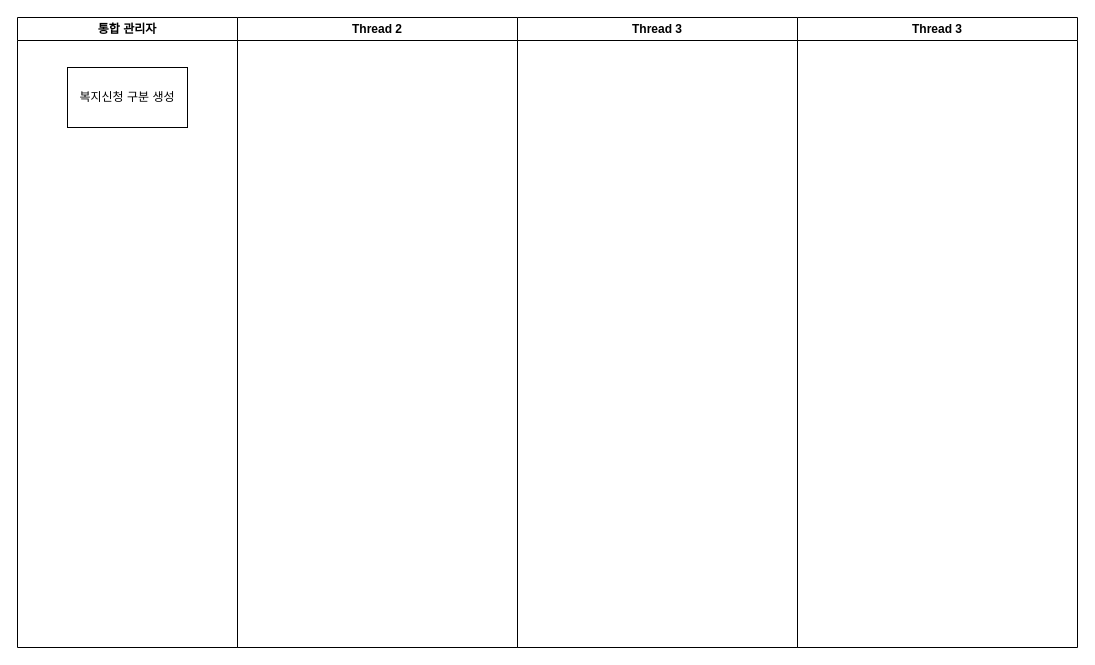
Earlier version of the draw.io diagram 맞춤형복지점수.drawio (calmmind77/boxing). Source tidied: cells renumbered, new cells numbered last; positions are measured from the earlier drawing's top-left corner, leaving out a move shared by most shapes. Both pictures are drawn from the tidied source at 100%, with x=0, y=0 at pixel (17, 17).
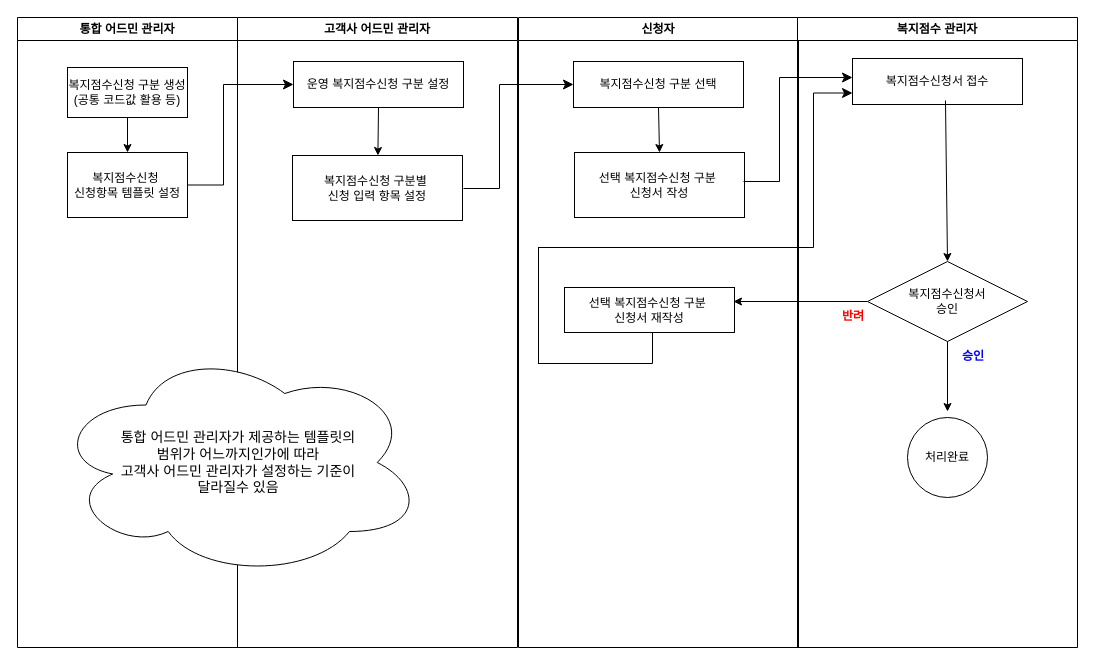
The same page after the edit.

Commit message (it also covers changes not shown here):
맞춤형복지점수.drawio 업데이트

Change to the diagram source:
```diff
@@
-    <mxCell id="2" value="통합 관리자" style="swimlane;whiteSpace=wrap;" parent="1" vertex="1">
+    <mxCell id="2" value="통합 어드민 관리자" style="swimlane;whiteSpace=wrap;" parent="1" vertex="1">
       <mxGeometry width="220" height="630" as="geometry" />
     </mxCell>
-    <mxCell id="3" value="복지신청 구분 생성" style="rounded=0;whiteSpace=wrap;html=1;" parent="2" vertex="1">
-      <mxGeometry x="50" y="50" width="120" height="60" as="geometry" />
+    <mxCell id="3" value="복지점수신청 구분 생성&lt;div&gt;(공통 코드값 활용 등)&lt;/div&gt;" style="rounded=0;whiteSpace=wrap;html=1;" parent="2" vertex="1">
+      <mxGeometry x="50" y="50" width="120" height="50" as="geometry" />
     </mxCell>
-    <mxCell id="4" value="Thread 2" style="swimlane;whiteSpace=wrap;" parent="1" vertex="1">
+    <mxCell id="4" value="고객사 어드민 관리자" style="swimlane;whiteSpace=wrap;" parent="1" vertex="1">
       <mxGeometry x="220" width="280" height="630" as="geometry" />
     </mxCell>
+    <mxCell id="7" value="복지점수신청 구분별&amp;nbsp;&lt;div&gt;신청 입력 항목 설정&lt;/div&gt;" style="rounded=0;whiteSpace=wrap;html=1;" parent="4" vertex="1">
+      <mxGeometry x="55" y="138" width="170" height="65" as="geometry" />
+    </mxCell>
+    <mxCell id="8" style="edgeStyle=elbowEdgeStyle;elbow=horizontal;endArrow=classic;html=1;curved=0;rounded=0;endSize=8;startSize=8;exitX=1;exitY=0.5;exitDx=0;exitDy=0;entryX=0;entryY=0.5;entryDx=0;entryDy=0;" parent="4" edge="1" target="10">
+      <mxGeometry relative="1" as="geometry">
+        <mxPoint x="226" y="171" as="sourcePoint" />
+        <Array as="points">
+          <mxPoint x="262" y="113" />
+        </Array>
+      </mxGeometry>
+    </mxCell>
+    <mxCell id="9" value="&lt;font style=&quot;font-size: 14px;&quot;&gt;통합 어드민 관리자가 제공하는 템플릿의&lt;/font&gt;&lt;div&gt;&lt;font style=&quot;font-size: 14px;&quot;&gt;범위가 어느까지인가에 따라&lt;/font&gt;&lt;/div&gt;&lt;div&gt;&lt;font style=&quot;font-size: 14px;&quot;&gt;고객사 어드민 관리자가 설정하는 기준이&lt;/font&gt;&lt;/div&gt;&lt;div&gt;&lt;font style=&quot;font-size: 14px;&quot;&gt;달라질수 있음&lt;/font&gt;&lt;/div&gt;" style="ellipse;shape=cloud;whiteSpace=wrap;html=1;align=center;" parent="4" vertex="1">
+      <mxGeometry x="-184" y="330" width="370" height="230" as="geometry" />
+    </mxCell>
-    <mxCell id="5" value="Thread 3" style="swimlane;whiteSpace=wrap;" parent="1" vertex="1">
-      <mxGeometry x="500" width="280" height="630" as="geometry" />
+    <mxCell id="5" value="신청자" style="swimlane;whiteSpace=wrap;" parent="1" vertex="1">
+      <mxGeometry x="501" width="280" height="630" as="geometry" />
     </mxCell>
+    <mxCell id="10" value="복지점수신청 구분 선택" style="rounded=0;whiteSpace=wrap;html=1;" parent="5" vertex="1">
+      <mxGeometry x="55" y="44" width="170" height="46" as="geometry" />
+    </mxCell>
+    <mxCell id="11" value="선택 복지점수신청 구분&amp;nbsp;&lt;div&gt;신청서 작성&lt;/div&gt;" style="rounded=0;whiteSpace=wrap;html=1;" parent="5" vertex="1">
+      <mxGeometry x="56" y="135" width="170" height="65" as="geometry" />
+    </mxCell>
+    <mxCell id="12" style="endArrow=classic;html=1;rounded=0;exitX=0.5;exitY=1;exitDx=0;exitDy=0;entryX=0.5;entryY=0;entryDx=0;entryDy=0;" parent="5" edge="1" source="10" target="11">
+      <mxGeometry relative="1" as="geometry" />
+    </mxCell>
+    <mxCell id="13" value="선택 복지점수신청 구분&amp;nbsp;&lt;div&gt;신청서 재작성&lt;/div&gt;" style="rounded=0;whiteSpace=wrap;html=1;" parent="5" vertex="1">
+      <mxGeometry x="46" y="270" width="170" height="45" as="geometry" />
+    </mxCell>
+    <mxCell id="14" style="shape=partialRectangle;whiteSpace=wrap;html=1;top=0;left=0;fillColor=none;" parent="5" vertex="1">
+      <mxGeometry x="20" y="316" width="114" height="30" as="geometry" />
+    </mxCell>
+    <mxCell id="15" style="shape=partialRectangle;whiteSpace=wrap;html=1;bottom=0;right=0;fillColor=none;" parent="5" vertex="1">
+      <mxGeometry x="20" y="230" width="120" height="116" as="geometry" />
+    </mxCell>
-    <mxCell id="6" value="Thread 3" style="swimlane;whiteSpace=wrap;" parent="1" vertex="1">
+    <mxCell id="6" value="복지점수 관리자" style="swimlane;whiteSpace=wrap;" parent="1" vertex="1">
       <mxGeometry x="780" width="280" height="630" as="geometry" />
     </mxCell>
+    <mxCell id="16" value="복지점수신청서&lt;div&gt;승인&lt;/div&gt;" style="rhombus;whiteSpace=wrap;html=1;" parent="6" vertex="1">
+      <mxGeometry x="70" y="244" width="160" height="80" as="geometry" />
+    </mxCell>
+    <mxCell id="17" style="endArrow=classic;html=1;rounded=0;exitX=0.5;exitY=1;exitDx=0;exitDy=0;" parent="6" edge="1" source="16">
+      <mxGeometry relative="1" as="geometry">
+        <mxPoint x="150" y="394" as="targetPoint" />
+      </mxGeometry>
+    </mxCell>
+    <mxCell id="18" style="edgeStyle=elbowEdgeStyle;elbow=horizontal;endArrow=classic;html=1;curved=0;rounded=0;endSize=8;startSize=8;exitX=1;exitY=0.5;exitDx=0;exitDy=0;entryX=0;entryY=0.5;entryDx=0;entryDy=0;" parent="6" edge="1">
+      <mxGeometry relative="1" as="geometry">
+        <mxPoint x="-54" y="164" as="sourcePoint" />
+        <mxPoint x="55" y="60" as="targetPoint" />
+        <Array as="points">
+          <mxPoint x="-18" y="106" />
+        </Array>
+      </mxGeometry>
+    </mxCell>
+    <mxCell id="19" value="&lt;b&gt;&lt;font style=&quot;color: rgb(0, 0, 255);&quot;&gt;승인&lt;/font&gt;&lt;/b&gt;" style="text;html=1;align=center;verticalAlign=middle;whiteSpace=wrap;rounded=0;" parent="6" vertex="1">
+      <mxGeometry x="146" y="324" width="60" height="30" as="geometry" />
+    </mxCell>
+    <mxCell id="20" value="처리완료" style="ellipse;whiteSpace=wrap;html=1;" parent="6" vertex="1">
+      <mxGeometry x="110" y="400" width="80" height="80" as="geometry" />
+    </mxCell>
+    <mxCell id="21" value="복지점수신청&amp;nbsp;&lt;div&gt;신청항목 템플릿 설정&lt;/div&gt;" style="rounded=0;whiteSpace=wrap;html=1;" parent="1" vertex="1">
+      <mxGeometry x="50" y="135" width="120" height="65" as="geometry" />
+    </mxCell>
+    <mxCell id="22" style="endArrow=classic;html=1;rounded=0;exitX=0.5;exitY=1;exitDx=0;exitDy=0;entryX=0.5;entryY=0;entryDx=0;entryDy=0;" parent="1" edge="1" source="3" target="21">
+      <mxGeometry relative="1" as="geometry" />
+    </mxCell>
+    <mxCell id="23" value="운영 복지점수신청 구분 설정" style="rounded=0;whiteSpace=wrap;html=1;" parent="1" vertex="1">
+      <mxGeometry x="276" y="44" width="170" height="46" as="geometry" />
+    </mxCell>
+    <mxCell id="24" style="endArrow=classic;html=1;rounded=0;exitX=0.5;exitY=1;exitDx=0;exitDy=0;" parent="1" edge="1" source="23" target="7">
+      <mxGeometry relative="1" as="geometry" />
+    </mxCell>
+    <mxCell id="25" value="복지점수신청서 접수" style="rounded=0;whiteSpace=wrap;html=1;" parent="1" vertex="1">
+      <mxGeometry x="835" y="41" width="170" height="46" as="geometry" />
+    </mxCell>
+    <mxCell id="26" style="edgeStyle=elbowEdgeStyle;elbow=horizontal;endArrow=classic;html=1;curved=0;rounded=0;endSize=8;startSize=8;exitX=1;exitY=0.5;exitDx=0;exitDy=0;entryX=0;entryY=0.5;entryDx=0;entryDy=0;" parent="1" edge="1" source="21" target="23">
+      <mxGeometry relative="1" as="geometry">
+        <Array as="points">
+          <mxPoint x="206" y="110" />
+        </Array>
+      </mxGeometry>
+    </mxCell>
+    <mxCell id="27" style="endArrow=classic;html=1;rounded=0;exitX=0.547;exitY=0.913;exitDx=0;exitDy=0;entryX=0.5;entryY=0;entryDx=0;entryDy=0;exitPerimeter=0;" parent="1" edge="1" source="25" target="16">
+      <mxGeometry relative="1" as="geometry" />
+    </mxCell>
+    <mxCell id="28" value="&lt;b&gt;&lt;font style=&quot;color: rgb(255, 0, 0);&quot;&gt;반려&lt;/font&gt;&lt;/b&gt;" style="text;html=1;align=center;verticalAlign=middle;whiteSpace=wrap;rounded=0;" parent="1" vertex="1">
+      <mxGeometry x="806" y="284" width="60" height="30" as="geometry" />
+    </mxCell>
+    <mxCell id="29" style="endArrow=classic;html=1;rounded=0;exitX=0;exitY=0.5;exitDx=0;exitDy=0;" parent="1" edge="1" source="16">
+      <mxGeometry relative="1" as="geometry">
+        <mxPoint x="716" y="284" as="targetPoint" />
+      </mxGeometry>
+    </mxCell>
+    <mxCell id="30" style="edgeStyle=elbowEdgeStyle;elbow=horizontal;endArrow=classic;html=1;curved=0;rounded=0;endSize=8;startSize=8;exitX=1;exitY=0.5;exitDx=0;exitDy=0;entryX=0;entryY=0.75;entryDx=0;entryDy=0;" parent="1" edge="1" target="25">
+      <mxGeometry relative="1" as="geometry">
+        <mxPoint x="641" y="230" as="sourcePoint" />
+        <Array as="points">
+          <mxPoint x="796" y="180" />
+        </Array>
+      </mxGeometry>
+    </mxCell>
```
